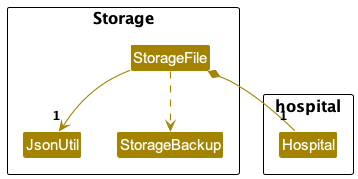
Earlier version of the PlantUML export docs/images/StorageClassDiagram.png (nus-cs2113-AY2425S1/tp).
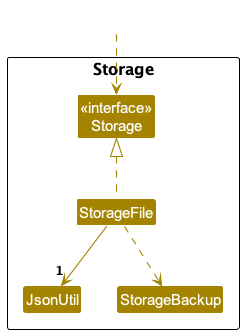
Above is the later version.

The edit, as a diff of the source:
```diff
@@ -4,7 +4,12 @@
 skinparam arrowColor STORAGE_COLOR
 skinparam classBackgroundColor STORAGE_COLOR
 
-package "Storage" {
+package Storage as StoragePackage {
+    Class "<<interface>>\nStorage" as Storage {
+        +save(Hospital): void
+        +load(): Hospital
+    }
+
     class StorageFile {
         +StorageFile()
         +StorageFile(String)
@@ -33,17 +38,15 @@
     }
 }
 
-package "hospital" {
-    class Hospital {
-        // TODO: Get from Hospital class
-    }
-}
 
 
 
 
 
-StorageFile *-- "1" Hospital
+Class HiddenOutside #FFFFFF
+HiddenOutside ..> Storage
+
+StorageFile .up.|> Storage
 StorageFile --> "1" JsonUtil
 StorageFile ..> StorageBackup
 
```
